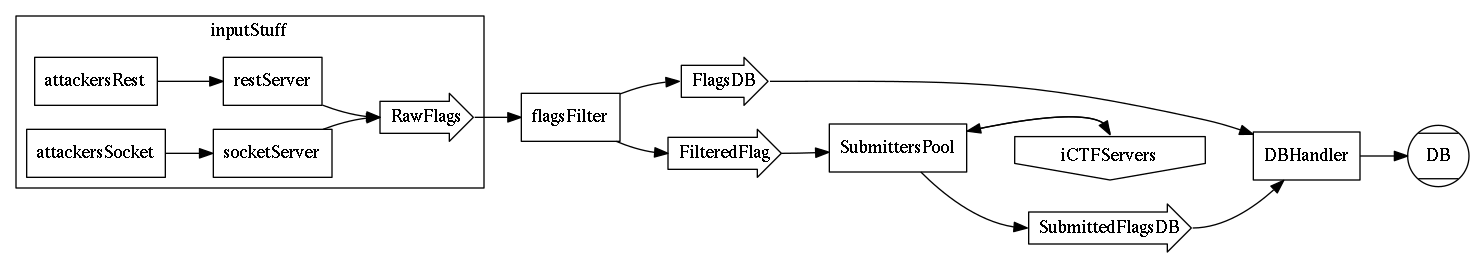
Earlier version of the Graphviz export schema_proposal.dot.png (TowerofHanoi/CTFsubmitter). Its source is kept beside it as schema_proposal.dot.
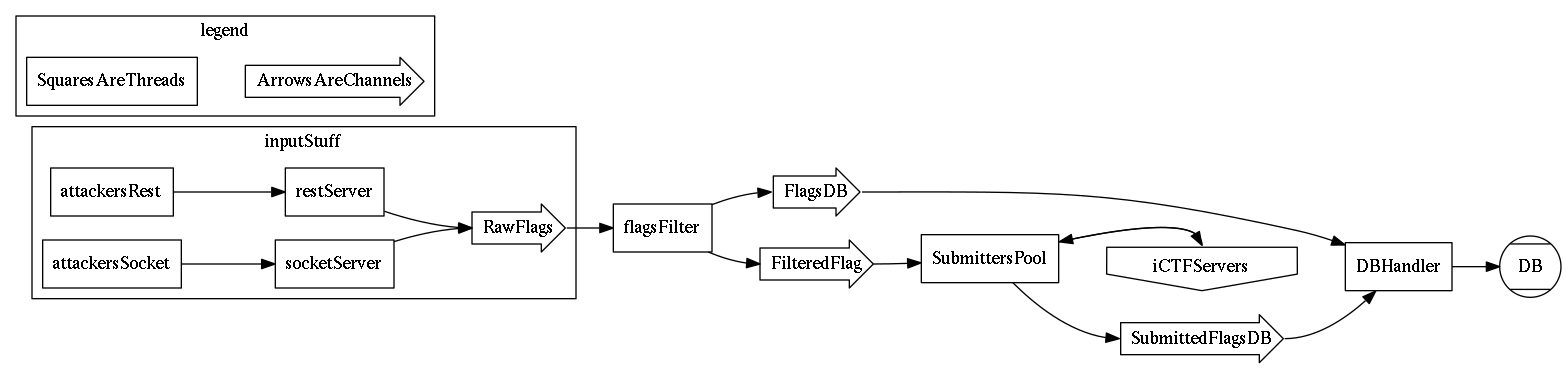
Later version of the same file.

What changed in the source:
```diff
@@ -1,12 +1,13 @@
 digraph threads{
 	rankdir=LR
 	node[shape=rarrow]
-	RawFlags,SubmittedFlagsDB,FlagsDB,FilteredFlag
+	RawFlags,SubmittedFlagsDB,FlagsDB,FilteredFlag,ArrowsAreChannels
 	node[shape=Mcircle]
 	DB
 	node[shape=invhouse]
 	iCTFServers
 	node[shape=box]
+	SquaresAreThreads
 	flagsFilter -> FlagsDB:w
 	flagsFilter -> FilteredFlag:w
 	DBHandler -> DB
@@ -20,6 +21,10 @@
 		restServer -> RawFlags:w
 		socketServer -> RawFlags:w
 	}
+	subgraph clusterLegend{
+	label="legend"
+		SquaresAreThreads -> ArrowsAreChannels [style=invis]
+	}
 
 	RawFlags:e -> flagsFilter
 	FilteredFlag:e-> SubmittersPool
```
